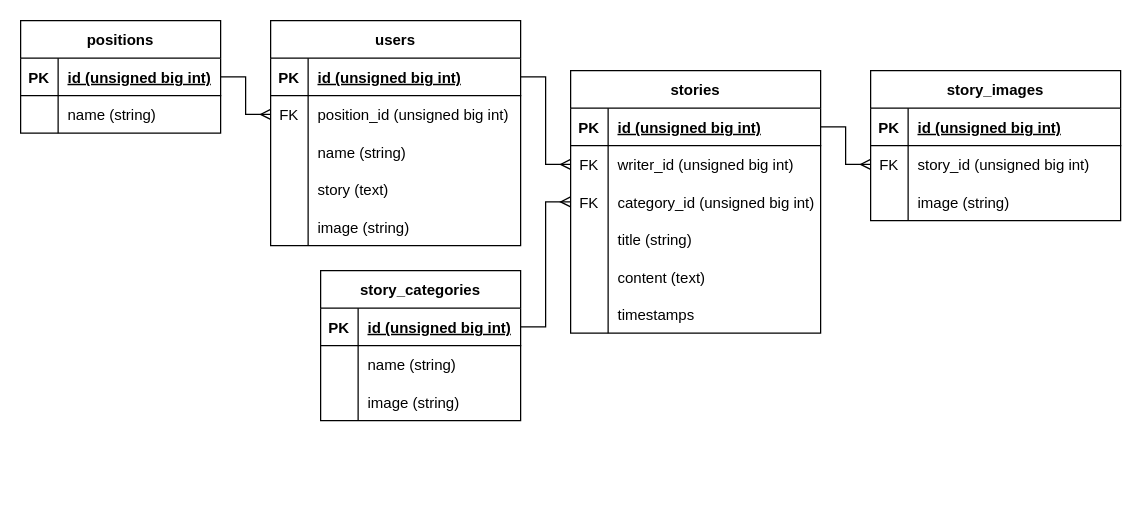
The draw.io diagram database/Rebuilding Project.drawio in ian-joseph-chandra/RebuildingProject-new, before the edit. Source tidied: cells renumbered, new cells numbered last; positions are measured from the earlier drawing's top-left corner, leaving out a move shared by most shapes. Both pictures are drawn from the tidied source at 125%, with x=0, y=0 at pixel (20, 20).
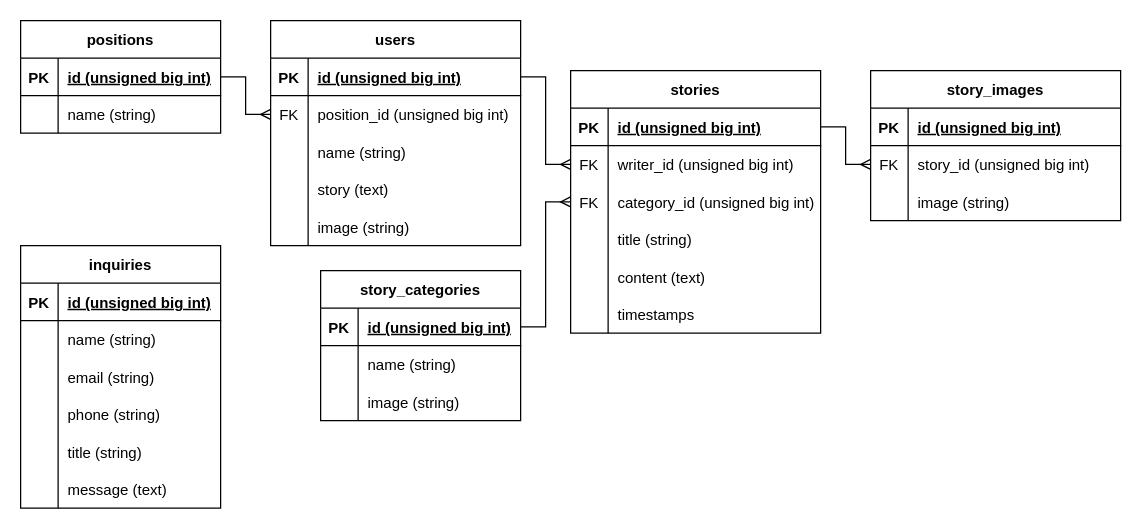
Above is the later version.

Change to the diagram source:
```diff
@@
+    <mxCell id="68" value="inquiries" style="shape=table;startSize=30;childLayout=tableLayout;rowLines=0;fontStyle=1;align=center;" parent="1" vertex="1">
+      <mxGeometry y="180" width="160" height="210" as="geometry" />
+    </mxCell>
+    <mxCell id="69" style="shape=partialRectangle;fillColor=none;top=0;left=0;bottom=1;right=0;" parent="68" vertex="1">
+      <mxGeometry y="30" width="160" height="30" as="geometry" />
+    </mxCell>
+    <mxCell id="70" value="PK" style="shape=partialRectangle;fillColor=none;top=0;left=0;bottom=0;right=0;fontStyle=1;overflow=hidden;" parent="69" vertex="1">
+      <mxGeometry width="30" height="30" as="geometry" />
+    </mxCell>
+    <mxCell id="71" value="id (unsigned big int)" style="shape=partialRectangle;fillColor=none;top=0;left=0;bottom=0;right=0;align=left;spacingLeft=6;fontStyle=5;overflow=hidden;" parent="69" vertex="1">
+      <mxGeometry x="30" width="130" height="30" as="geometry" />
+    </mxCell>
+    <mxCell id="72" style="shape=partialRectangle;fillColor=none;top=0;left=0;bottom=0;right=0;" parent="68" vertex="1">
+      <mxGeometry y="60" width="160" height="30" as="geometry" />
+    </mxCell>
+    <mxCell id="73" style="shape=partialRectangle;fillColor=none;top=0;left=0;bottom=0;right=0;overflow=hidden;" parent="72" vertex="1">
+      <mxGeometry width="30" height="30" as="geometry" />
+    </mxCell>
+    <mxCell id="74" value="name (string)" style="shape=partialRectangle;fillColor=none;top=0;left=0;bottom=0;right=0;align=left;spacingLeft=6;overflow=hidden;" parent="72" vertex="1">
+      <mxGeometry x="30" width="130" height="30" as="geometry" />
+    </mxCell>
+    <mxCell id="75" style="shape=partialRectangle;fillColor=none;top=0;left=0;bottom=0;right=0;" parent="68" vertex="1">
+      <mxGeometry y="90" width="160" height="30" as="geometry" />
+    </mxCell>
+    <mxCell id="76" style="shape=partialRectangle;fillColor=none;top=0;left=0;bottom=0;right=0;overflow=hidden;" parent="75" vertex="1">
+      <mxGeometry width="30" height="30" as="geometry" />
+    </mxCell>
+    <mxCell id="77" value="email (string)" style="shape=partialRectangle;fillColor=none;top=0;left=0;bottom=0;right=0;align=left;spacingLeft=6;overflow=hidden;" parent="75" vertex="1">
+      <mxGeometry x="30" width="130" height="30" as="geometry" />
+    </mxCell>
+    <mxCell id="78" style="shape=partialRectangle;fillColor=none;top=0;left=0;bottom=0;right=0;" parent="68" vertex="1">
+      <mxGeometry y="120" width="160" height="30" as="geometry" />
+    </mxCell>
+    <mxCell id="79" style="shape=partialRectangle;fillColor=none;top=0;left=0;bottom=0;right=0;overflow=hidden;" parent="78" vertex="1">
+      <mxGeometry width="30" height="30" as="geometry" />
+    </mxCell>
+    <mxCell id="80" value="phone (string)" style="shape=partialRectangle;fillColor=none;top=0;left=0;bottom=0;right=0;align=left;spacingLeft=6;overflow=hidden;" parent="78" vertex="1">
+      <mxGeometry x="30" width="130" height="30" as="geometry" />
+    </mxCell>
+    <mxCell id="81" style="shape=partialRectangle;fillColor=none;top=0;left=0;bottom=0;right=0;" parent="68" vertex="1">
+      <mxGeometry y="150" width="160" height="30" as="geometry" />
+    </mxCell>
+    <mxCell id="82" style="shape=partialRectangle;fillColor=none;top=0;left=0;bottom=0;right=0;overflow=hidden;" parent="81" vertex="1">
+      <mxGeometry width="30" height="30" as="geometry" />
+    </mxCell>
+    <mxCell id="83" value="title (string)" style="shape=partialRectangle;fillColor=none;top=0;left=0;bottom=0;right=0;align=left;spacingLeft=6;overflow=hidden;" parent="81" vertex="1">
+      <mxGeometry x="30" width="130" height="30" as="geometry" />
+    </mxCell>
+    <mxCell id="84" style="shape=partialRectangle;fillColor=none;top=0;left=0;bottom=0;right=0;" parent="68" vertex="1">
+      <mxGeometry y="180" width="160" height="30" as="geometry" />
+    </mxCell>
+    <mxCell id="85" style="shape=partialRectangle;fillColor=none;top=0;left=0;bottom=0;right=0;overflow=hidden;" parent="84" vertex="1">
+      <mxGeometry width="30" height="30" as="geometry" />
+    </mxCell>
+    <mxCell id="86" value="message (text)" style="shape=partialRectangle;fillColor=none;top=0;left=0;bottom=0;right=0;align=left;spacingLeft=6;overflow=hidden;" parent="84" vertex="1">
+      <mxGeometry x="30" width="130" height="30" as="geometry" />
+    </mxCell>
```
